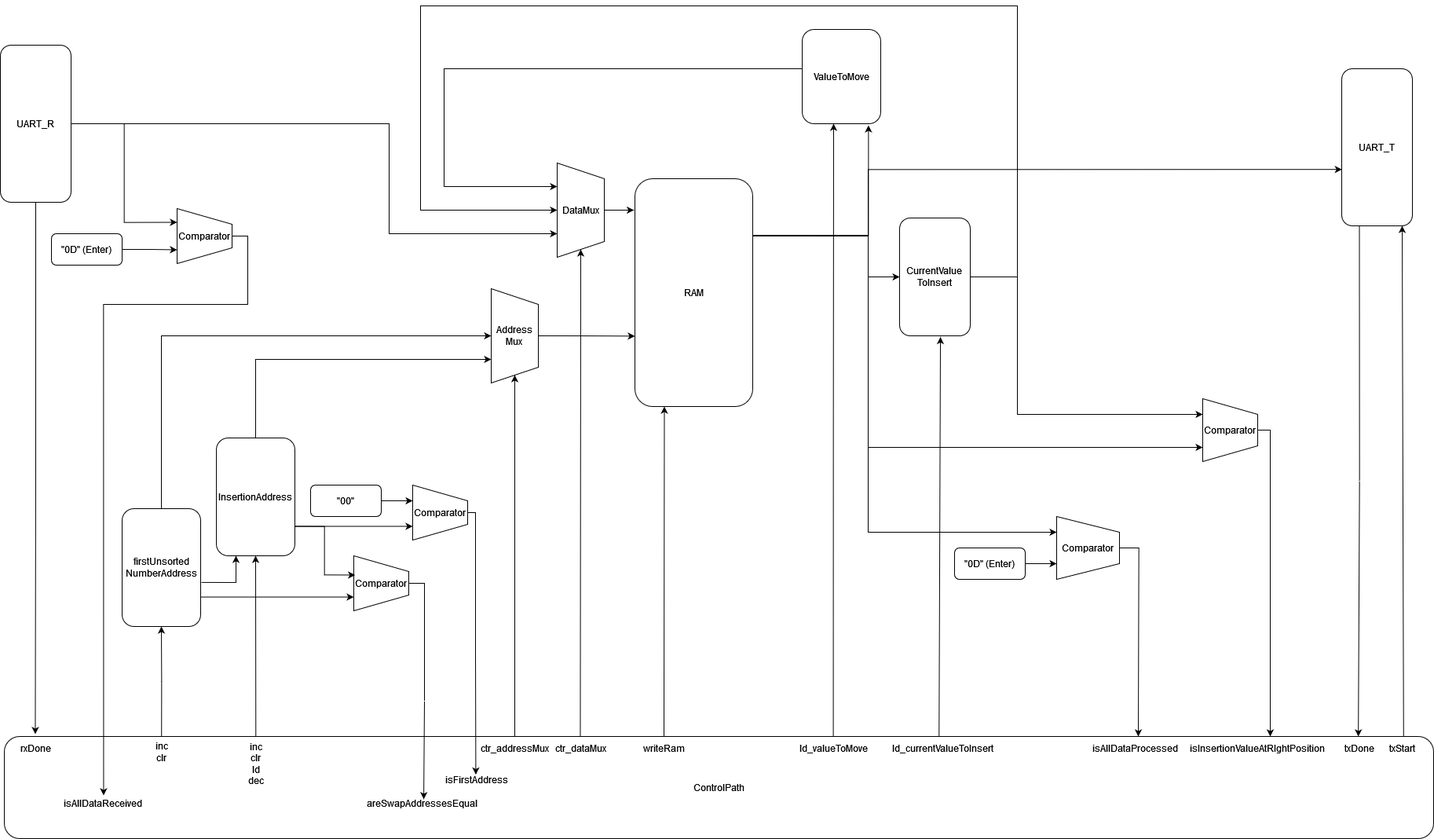
Earlier version of the draw.io export Images/FSMDInsertionSort.png (HenrikMarkus/paper). Source tidied: cells renumbered, new cells last; positions are measured from the earlier drawing's top-left corner, leaving out a move shared by most shapes.
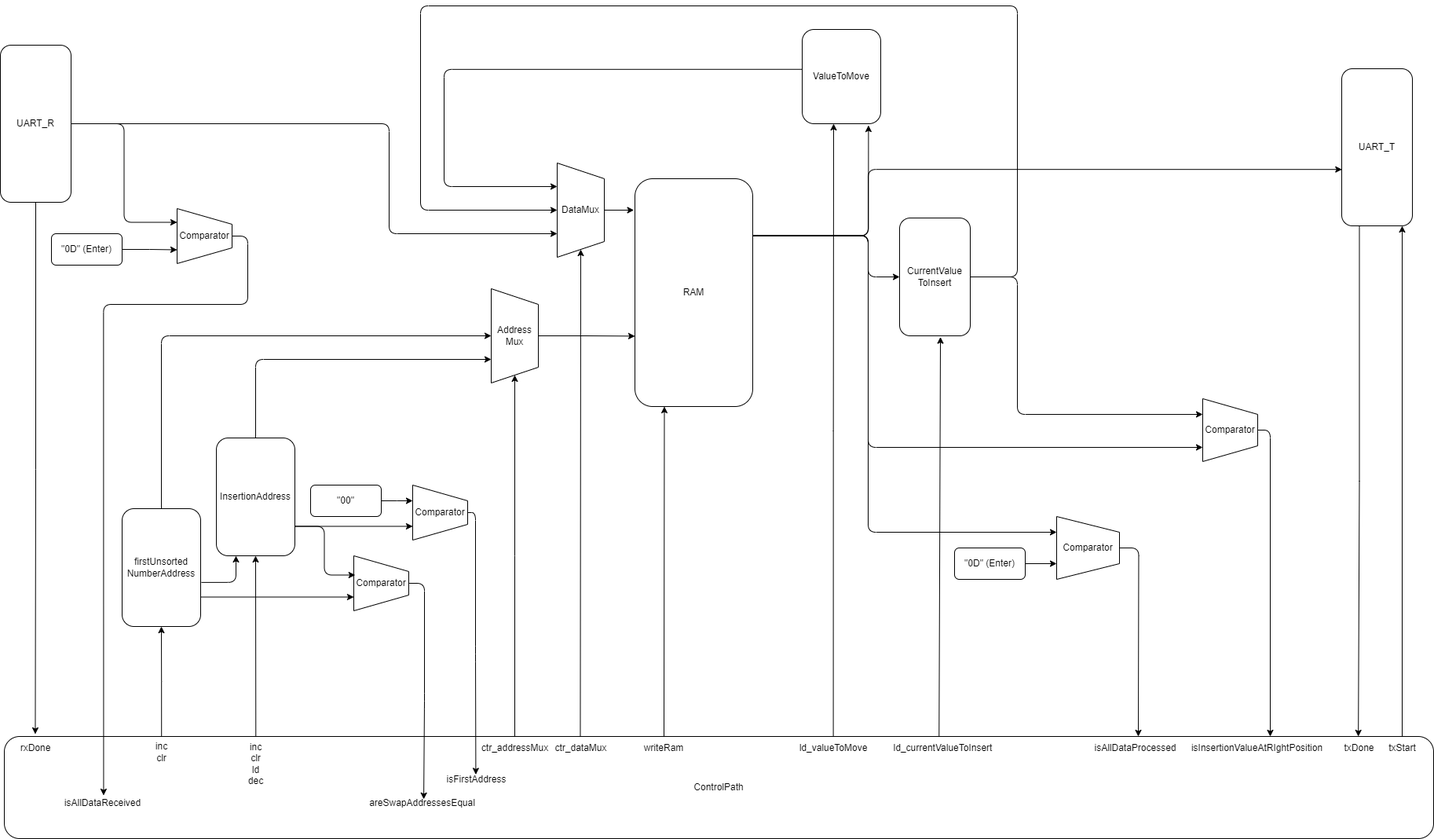
After the commit.

Change to the diagram source:
```diff
@@ -2,7 +2,7 @@
   <root>
     <mxCell id="0" />
     <mxCell id="1" parent="0" />
-    <mxCell id="2" style="edgeStyle=orthogonalEdgeStyle;rounded=0;orthogonalLoop=1;jettySize=auto;html=1;entryX=0.75;entryY=1;entryDx=0;entryDy=0;" parent="1" edge="1">
+    <mxCell id="2" style="edgeStyle=orthogonalEdgeStyle;rounded=1;orthogonalLoop=1;jettySize=auto;html=1;entryX=0.75;entryY=1;entryDx=0;entryDy=0;curved=0;" parent="1" edge="1">
       <mxGeometry relative="1" as="geometry">
         <mxPoint x="955" y="302" as="sourcePoint" />
         <mxPoint x="1531" y="562" as="targetPoint" />
@@ -13,7 +13,7 @@
         </Array>
       </mxGeometry>
     </mxCell>
-    <mxCell id="3" style="edgeStyle=orthogonalEdgeStyle;rounded=0;jettySize=auto;html=1;exitX=1;exitY=0.25;exitDx=0;exitDy=0;entryX=0;entryY=0.5;entryDx=0;entryDy=0;" parent="1" edge="1" source="5" target="12">
+    <mxCell id="3" style="edgeStyle=orthogonalEdgeStyle;rounded=1;jettySize=auto;html=1;exitX=1;exitY=0.25;exitDx=0;exitDy=0;entryX=0;entryY=0.5;entryDx=0;entryDy=0;curved=0;" parent="1" edge="1" source="5" target="12">
       <mxGeometry relative="1" as="geometry">
         <Array as="points">
           <mxPoint x="1105" y="292" />
@@ -21,7 +21,7 @@
         </Array>
       </mxGeometry>
     </mxCell>
-    <mxCell id="4" style="edgeStyle=orthogonalEdgeStyle;rounded=0;jettySize=auto;html=1;exitX=1;exitY=0.25;exitDx=0;exitDy=0;entryX=0.25;entryY=1;entryDx=0;entryDy=0;" parent="1" edge="1" source="5" target="26">
+    <mxCell id="4" style="edgeStyle=orthogonalEdgeStyle;rounded=1;jettySize=auto;html=1;exitX=1;exitY=0.25;exitDx=0;exitDy=0;entryX=0.25;entryY=1;entryDx=0;entryDy=0;curved=0;" parent="1" edge="1" source="5" target="26">
       <mxGeometry relative="1" as="geometry">
         <Array as="points">
           <mxPoint x="1105" y="292" />
@@ -32,7 +32,7 @@
     <mxCell id="5" value="RAM" style="rounded=1;whiteSpace=wrap;html=1;" parent="1" vertex="1">
       <mxGeometry x="808" y="220" width="150" height="290" as="geometry" />
     </mxCell>
-    <mxCell id="6" style="edgeStyle=orthogonalEdgeStyle;rounded=0;jettySize=auto;html=1;exitX=1;exitY=0.5;exitDx=0;exitDy=0;entryX=0.75;entryY=1;entryDx=0;entryDy=0;" parent="1" edge="1" source="8" target="23">
+    <mxCell id="6" style="edgeStyle=orthogonalEdgeStyle;rounded=1;jettySize=auto;html=1;exitX=1;exitY=0.5;exitDx=0;exitDy=0;entryX=0.75;entryY=1;entryDx=0;entryDy=0;curved=0;" parent="1" edge="1" source="8" target="23">
       <mxGeometry relative="1" as="geometry">
         <Array as="points">
           <mxPoint x="495" y="150" />
@@ -40,7 +40,7 @@
         </Array>
       </mxGeometry>
     </mxCell>
-    <mxCell id="7" style="edgeStyle=orthogonalEdgeStyle;rounded=0;jettySize=auto;html=1;exitX=1;exitY=0.5;exitDx=0;exitDy=0;entryX=0.25;entryY=1;entryDx=0;entryDy=0;" parent="1" edge="1" source="8" target="59">
+    <mxCell id="7" style="edgeStyle=orthogonalEdgeStyle;rounded=1;jettySize=auto;html=1;exitX=1;exitY=0.5;exitDx=0;exitDy=0;entryX=0.25;entryY=1;entryDx=0;entryDy=0;curved=0;" parent="1" edge="1" source="8" target="59">
       <mxGeometry relative="1" as="geometry" />
     </mxCell>
     <mxCell id="8" value="UART_R" style="rounded=1;whiteSpace=wrap;html=1;" parent="1" vertex="1">
@@ -49,7 +49,7 @@
     <mxCell id="9" value="UART_T" style="rounded=1;whiteSpace=wrap;html=1;" parent="1" vertex="1">
       <mxGeometry x="1708" y="80" width="90" height="200" as="geometry" />
     </mxCell>
-    <mxCell id="10" style="edgeStyle=orthogonalEdgeStyle;rounded=0;jettySize=auto;html=1;exitX=1;exitY=0.5;exitDx=0;exitDy=0;entryX=0.5;entryY=1;entryDx=0;entryDy=0;" parent="1" edge="1" source="12" target="23">
+    <mxCell id="10" style="edgeStyle=orthogonalEdgeStyle;rounded=1;jettySize=auto;html=1;exitX=1;exitY=0.5;exitDx=0;exitDy=0;entryX=0.5;entryY=1;entryDx=0;entryDy=0;curved=0;" parent="1" edge="1" source="12" target="23">
       <mxGeometry relative="1" as="geometry">
         <Array as="points">
           <mxPoint x="1295" y="345" />
@@ -59,7 +59,7 @@
         </Array>
       </mxGeometry>
     </mxCell>
-    <mxCell id="11" style="edgeStyle=orthogonalEdgeStyle;rounded=0;jettySize=auto;html=1;exitX=1;exitY=0.5;exitDx=0;exitDy=0;entryX=0.25;entryY=1;entryDx=0;entryDy=0;" parent="1" edge="1" source="12" target="13">
+    <mxCell id="11" style="edgeStyle=orthogonalEdgeStyle;rounded=1;jettySize=auto;html=1;exitX=1;exitY=0.5;exitDx=0;exitDy=0;entryX=0.25;entryY=1;entryDx=0;entryDy=0;curved=0;" parent="1" edge="1" source="12" target="13">
       <mxGeometry relative="1" as="geometry">
         <Array as="points">
           <mxPoint x="1295" y="345" />
@@ -73,19 +73,19 @@
     <mxCell id="13" value="Comparator" style="shape=trapezoid;perimeter=trapezoidPerimeter;whiteSpace=wrap;html=1;fixedSize=1;direction=south;" parent="1" vertex="1">
       <mxGeometry x="1531" y="500" width="70" height="80" as="geometry" />
     </mxCell>
-    <mxCell id="14" style="edgeStyle=orthogonalEdgeStyle;rounded=0;jettySize=auto;html=1;exitX=0.5;exitY=0;exitDx=0;exitDy=0;entryX=0.5;entryY=1;entryDx=0;entryDy=0;" parent="1" edge="1" source="17" target="24">
+    <mxCell id="14" style="edgeStyle=orthogonalEdgeStyle;rounded=1;jettySize=auto;html=1;exitX=0.5;exitY=0;exitDx=0;exitDy=0;entryX=0.5;entryY=1;entryDx=0;entryDy=0;curved=0;" parent="1" edge="1" source="17" target="24">
       <mxGeometry relative="1" as="geometry" />
     </mxCell>
     <mxCell id="15" style="edgeStyle=orthogonalEdgeStyle;rounded=0;jettySize=auto;html=1;exitX=1;exitY=0.75;exitDx=0;exitDy=0;entryX=0.75;entryY=1;entryDx=0;entryDy=0;" parent="1" edge="1" source="17" target="62">
       <mxGeometry relative="1" as="geometry" />
     </mxCell>
-    <mxCell id="16" style="edgeStyle=orthogonalEdgeStyle;rounded=0;jettySize=auto;html=1;exitX=1.01;exitY=0.626;exitDx=0;exitDy=0;entryX=0.25;entryY=1;entryDx=0;entryDy=0;exitPerimeter=0;" parent="1" edge="1" source="17" target="20">
+    <mxCell id="16" style="edgeStyle=orthogonalEdgeStyle;rounded=1;jettySize=auto;html=1;exitX=1.01;exitY=0.626;exitDx=0;exitDy=0;entryX=0.25;entryY=1;entryDx=0;entryDy=0;exitPerimeter=0;curved=0;" parent="1" edge="1" source="17" target="20">
       <mxGeometry relative="1" as="geometry" />
     </mxCell>
     <mxCell id="17" value="&lt;div&gt;firstUnsorted&lt;/div&gt;&lt;div&gt;NumberAddress&lt;/div&gt;" style="rounded=1;whiteSpace=wrap;html=1;" parent="1" vertex="1">
       <mxGeometry x="155" y="640" width="100" height="150" as="geometry" />
     </mxCell>
-    <mxCell id="18" style="edgeStyle=orthogonalEdgeStyle;rounded=0;jettySize=auto;html=1;exitX=0.5;exitY=0;exitDx=0;exitDy=0;entryX=0.75;entryY=1;entryDx=0;entryDy=0;" parent="1" edge="1" source="20" target="24">
+    <mxCell id="18" style="edgeStyle=orthogonalEdgeStyle;rounded=1;jettySize=auto;html=1;exitX=0.5;exitY=0;exitDx=0;exitDy=0;entryX=0.75;entryY=1;entryDx=0;entryDy=0;curved=0;" parent="1" edge="1" source="20" target="24">
       <mxGeometry relative="1" as="geometry" />
     </mxCell>
     <mxCell id="19" style="edgeStyle=orthogonalEdgeStyle;rounded=0;jettySize=auto;html=1;exitX=1;exitY=0.75;exitDx=0;exitDy=0;entryX=0.75;entryY=1;entryDx=0;entryDy=0;" parent="1" edge="1" source="20" target="42">
@@ -94,10 +94,10 @@
     <mxCell id="20" value="InsertionAddress" style="rounded=1;whiteSpace=wrap;html=1;" parent="1" vertex="1">
       <mxGeometry x="275" y="550" width="100" height="150" as="geometry" />
     </mxCell>
-    <mxCell id="21" style="edgeStyle=orthogonalEdgeStyle;rounded=0;jettySize=auto;html=1;exitX=0;exitY=0.5;exitDx=0;exitDy=0;entryX=0.25;entryY=1;entryDx=0;entryDy=0;" parent="1" edge="1" source="22" target="23">
+    <mxCell id="21" style="edgeStyle=orthogonalEdgeStyle;rounded=1;jettySize=auto;html=1;exitX=0;exitY=0.423;exitDx=0;exitDy=0;entryX=0.25;entryY=1;entryDx=0;entryDy=0;curved=0;exitPerimeter=0;" parent="1" edge="1" source="22" target="23">
       <mxGeometry relative="1" as="geometry">
         <Array as="points">
-          <mxPoint x="565" y="80" />
+          <mxPoint x="565" y="81" />
           <mxPoint x="565" y="230" />
         </Array>
       </mxGeometry>
@@ -154,7 +154,7 @@
     <mxCell id="35" value="ctr_addressMux" style="text;html=1;align=center;verticalAlign=middle;points=[];strokeColor=none;fillColor=none;" parent="1" vertex="1">
       <mxGeometry x="600" y="930" width="110" height="30" as="geometry" />
     </mxCell>
-    <mxCell id="36" style="edgeStyle=orthogonalEdgeStyle;rounded=0;jettySize=auto;html=1;exitX=0.5;exitY=0;exitDx=0;exitDy=0;entryX=0.587;entryY=0;entryDx=0;entryDy=0;entryPerimeter=0;" parent="1" edge="1" source="13" target="37">
+    <mxCell id="36" style="edgeStyle=orthogonalEdgeStyle;rounded=1;jettySize=auto;html=1;exitX=0.5;exitY=0;exitDx=0;exitDy=0;entryX=0.587;entryY=0;entryDx=0;entryDy=0;entryPerimeter=0;curved=0;" parent="1" edge="1" source="13" target="37">
       <mxGeometry relative="1" as="geometry">
         <Array as="points">
           <mxPoint x="1617" y="540" />
@@ -226,7 +226,7 @@
     <mxCell id="55" value="txStart" style="text;html=1;align=center;verticalAlign=middle;strokeColor=none;fillColor=none;" parent="1" vertex="1">
       <mxGeometry x="1755" y="930" width="60" height="30" as="geometry" />
     </mxCell>
-    <mxCell id="56" style="endArrow=classic;html=1;rounded=0;exitX=0.5;exitY=0;exitDx=0;exitDy=0;edgeStyle=orthogonalEdgeStyle;" parent="1" edge="1" source="26">
+    <mxCell id="56" style="endArrow=classic;html=1;rounded=1;exitX=0.5;exitY=0;exitDx=0;exitDy=0;edgeStyle=orthogonalEdgeStyle;curved=0;" parent="1" edge="1" source="26">
       <mxGeometry relative="1" as="geometry">
         <mxPoint x="1449" y="930" as="targetPoint" />
       </mxGeometry>
@@ -240,7 +240,7 @@
     <mxCell id="59" value="Comparator" style="shape=trapezoid;perimeter=trapezoidPerimeter;whiteSpace=wrap;html=1;fixedSize=1;direction=south;" parent="1" vertex="1">
       <mxGeometry x="225" y="258" width="70" height="70" as="geometry" />
     </mxCell>
-    <mxCell id="60" style="edgeStyle=orthogonalEdgeStyle;rounded=0;jettySize=auto;html=1;exitX=0.5;exitY=0;exitDx=0;exitDy=0;entryX=0.512;entryY=0.167;entryDx=0;entryDy=0;entryPerimeter=0;" parent="1" edge="1" source="59" target="61">
+    <mxCell id="60" style="edgeStyle=orthogonalEdgeStyle;rounded=1;jettySize=auto;html=1;exitX=0.5;exitY=0;exitDx=0;exitDy=0;entryX=0.512;entryY=0.167;entryDx=0;entryDy=0;entryPerimeter=0;curved=0;" parent="1" edge="1" source="59" target="61">
       <mxGeometry relative="1" as="geometry">
         <Array as="points">
           <mxPoint x="315" y="293" />
@@ -255,13 +255,13 @@
     <mxCell id="62" value="&lt;div&gt;Comparator&lt;br&gt;&lt;/div&gt;" style="shape=trapezoid;perimeter=trapezoidPerimeter;whiteSpace=wrap;html=1;fixedSize=1;direction=south;" parent="1" vertex="1">
       <mxGeometry x="450" y="700" width="70" height="70" as="geometry" />
     </mxCell>
-    <mxCell id="63" style="edgeStyle=orthogonalEdgeStyle;rounded=0;jettySize=auto;html=1;exitX=1;exitY=0.75;exitDx=0;exitDy=0;entryX=0.35;entryY=0.975;entryDx=0;entryDy=0;entryPerimeter=0;" parent="1" edge="1" source="20" target="62">
+    <mxCell id="63" style="edgeStyle=orthogonalEdgeStyle;rounded=1;jettySize=auto;html=1;exitX=1;exitY=0.75;exitDx=0;exitDy=0;entryX=0.35;entryY=0.975;entryDx=0;entryDy=0;entryPerimeter=0;curved=0;" parent="1" edge="1" source="20" target="62">
       <mxGeometry relative="1" as="geometry" />
     </mxCell>
     <mxCell id="64" value="areSwapAddressesEqual" style="text;html=1;align=center;verticalAlign=middle;points=[];strokeColor=none;fillColor=none;" parent="1" vertex="1">
       <mxGeometry x="457" y="1000" width="160" height="30" as="geometry" />
     </mxCell>
-    <mxCell id="65" style="edgeStyle=orthogonalEdgeStyle;rounded=0;jettySize=auto;html=1;exitX=0.5;exitY=0;exitDx=0;exitDy=0;entryX=0.513;entryY=0.329;entryDx=0;entryDy=0;entryPerimeter=0;" parent="1" edge="1" source="62" target="64">
+    <mxCell id="65" style="edgeStyle=orthogonalEdgeStyle;rounded=1;jettySize=auto;html=1;exitX=0.5;exitY=0;exitDx=0;exitDy=0;entryX=0.513;entryY=0.329;entryDx=0;entryDy=0;entryPerimeter=0;curved=0;" parent="1" edge="1" source="62" target="64">
       <mxGeometry relative="1" as="geometry" />
     </mxCell>
     <mxCell id="66" style="edgeStyle=orthogonalEdgeStyle;curved=1;rounded=0;jettySize=auto;html=1;exitX=0.5;exitY=0;exitDx=0;exitDy=0;entryX=0;entryY=0.691;entryDx=0;entryDy=0;entryPerimeter=0;" parent="1" edge="1" source="24" target="5">
@@ -270,14 +270,14 @@
     <mxCell id="67" style="edgeStyle=orthogonalEdgeStyle;rounded=0;jettySize=auto;html=1;exitX=0.5;exitY=0;exitDx=0;exitDy=0;entryX=-0.009;entryY=0.139;entryDx=0;entryDy=0;entryPerimeter=0;" parent="1" edge="1" source="23" target="5">
       <mxGeometry relative="1" as="geometry" />
     </mxCell>
-    <mxCell id="68" style="edgeStyle=orthogonalEdgeStyle;rounded=0;jettySize=auto;html=1;exitX=1;exitY=0.25;exitDx=0;exitDy=0;entryX=0.844;entryY=1.017;entryDx=0;entryDy=0;entryPerimeter=0;" parent="1" edge="1" source="5" target="22">
+    <mxCell id="68" style="edgeStyle=orthogonalEdgeStyle;rounded=1;jettySize=auto;html=1;exitX=1;exitY=0.25;exitDx=0;exitDy=0;entryX=0.844;entryY=1.017;entryDx=0;entryDy=0;entryPerimeter=0;curved=0;" parent="1" edge="1" source="5" target="22">
       <mxGeometry relative="1" as="geometry">
         <Array as="points">
           <mxPoint x="1105" y="292" />
         </Array>
       </mxGeometry>
     </mxCell>
-    <mxCell id="69" style="edgeStyle=orthogonalEdgeStyle;rounded=0;jettySize=auto;html=1;exitX=0.5;exitY=0;exitDx=0;exitDy=0;entryX=0.494;entryY=0.282;entryDx=0;entryDy=0;entryPerimeter=0;" parent="1" edge="1" source="42" target="48">
+    <mxCell id="69" style="edgeStyle=orthogonalEdgeStyle;rounded=1;jettySize=auto;html=1;exitX=0.5;exitY=0;exitDx=0;exitDy=0;entryX=0.494;entryY=0.282;entryDx=0;entryDy=0;entryPerimeter=0;curved=0;" parent="1" edge="1" source="42" target="48">
       <mxGeometry relative="1" as="geometry">
         <Array as="points">
           <mxPoint x="605" y="645" />
@@ -286,7 +286,7 @@
         </Array>
       </mxGeometry>
     </mxCell>
-    <mxCell id="70" style="edgeStyle=orthogonalEdgeStyle;rounded=0;jettySize=auto;html=1;exitX=1;exitY=0.25;exitDx=0;exitDy=0;entryX=0.003;entryY=0.641;entryDx=0;entryDy=0;entryPerimeter=0;" parent="1" edge="1" source="5" target="9">
+    <mxCell id="70" style="edgeStyle=orthogonalEdgeStyle;rounded=1;jettySize=auto;html=1;exitX=1;exitY=0.25;exitDx=0;exitDy=0;entryX=0.003;entryY=0.641;entryDx=0;entryDy=0;entryPerimeter=0;curved=0;" parent="1" edge="1" source="5" target="9">
       <mxGeometry relative="1" as="geometry">
         <Array as="points">
           <mxPoint x="1105" y="292" />
```
